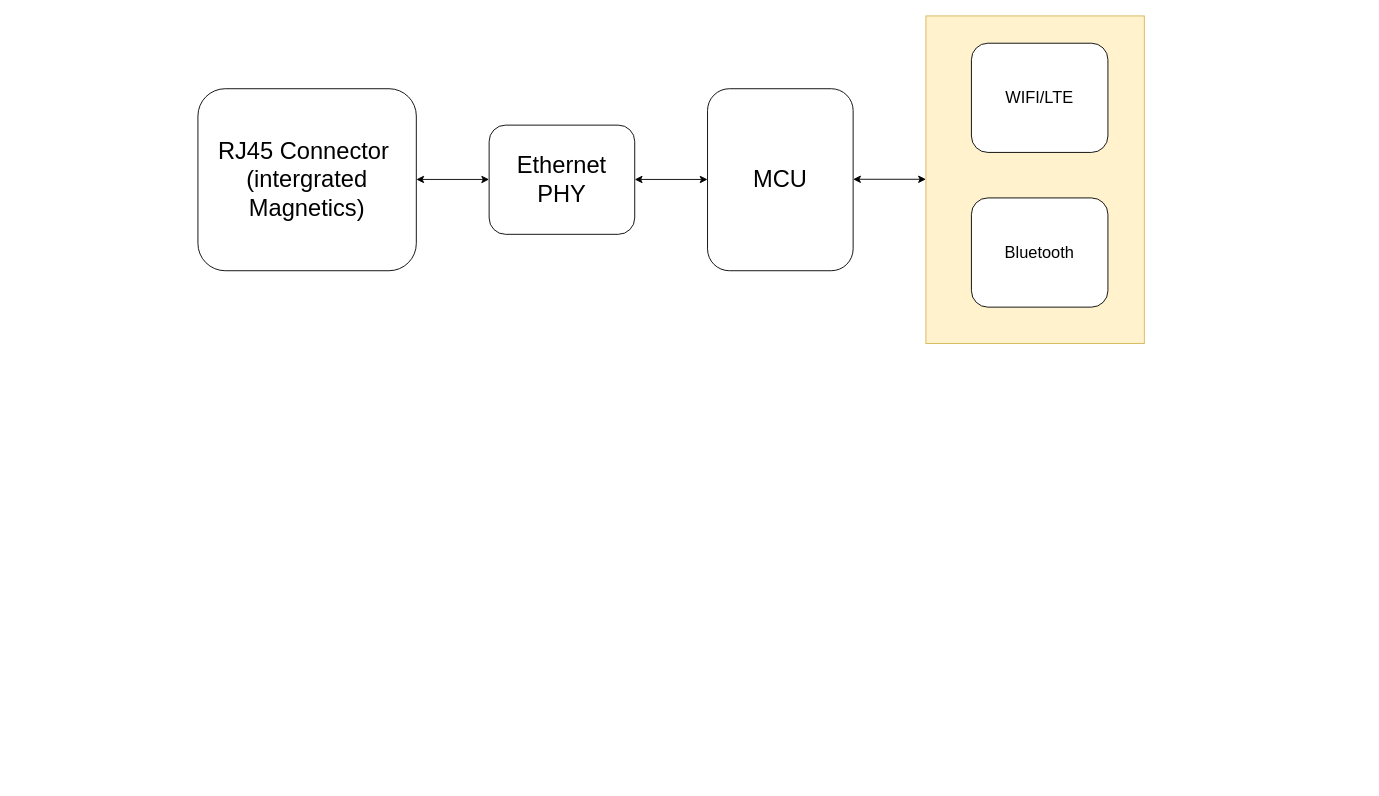
The draw.io diagram Biểu đồ không có tiêu đề.drawio in Hiepnguyen04/Flowchart, before the edit. Source tidied: cells renumbered, new cells numbered last; positions are measured from the earlier drawing's top-left corner, leaving out a move shared by most shapes. Both pictures are drawn from the tidied source at 91%, with x=0, y=0 at pixel (197, 15). Pictures stored in the file or linked from it are replaced by grey dashed boxes.
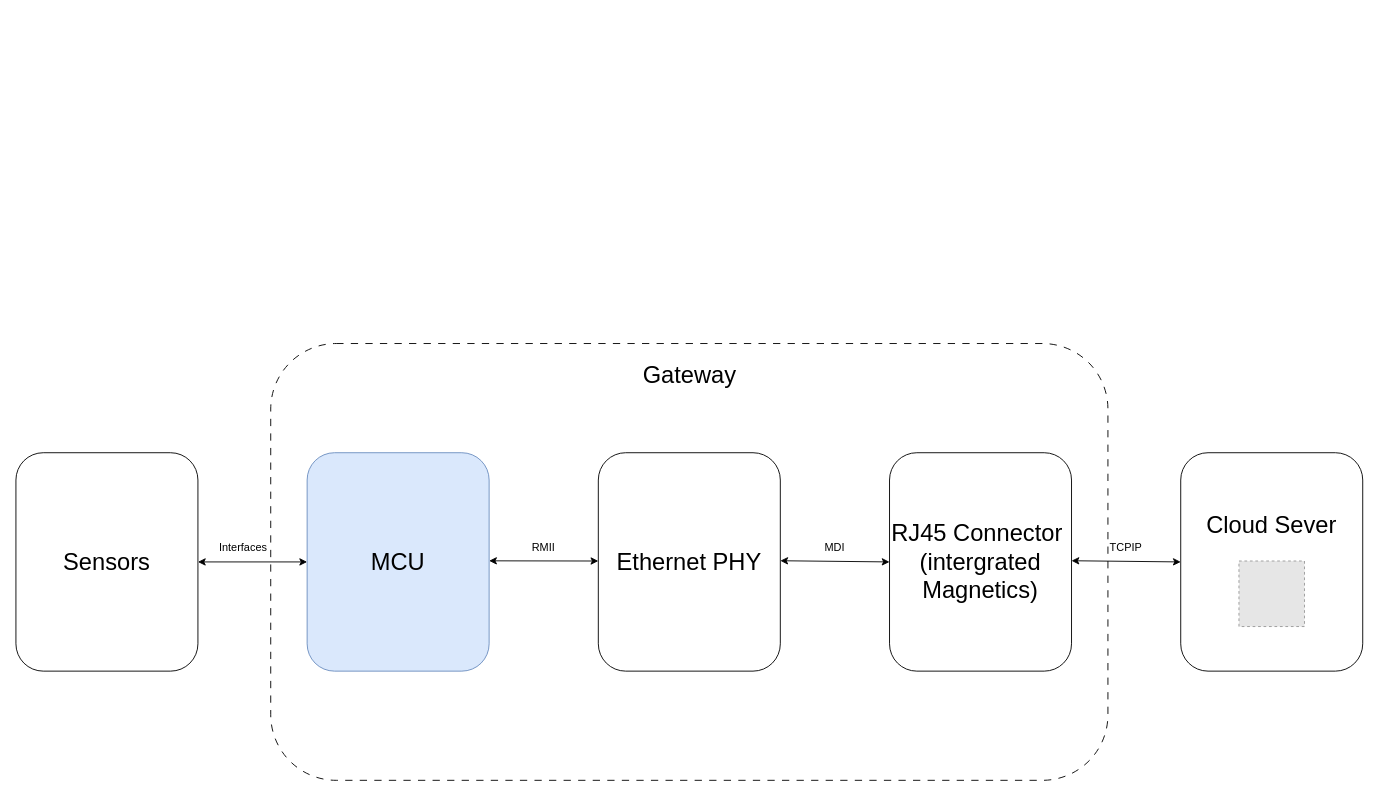
Above is the later version.

Commit message:
Cập nhật Biểu đồ không có tiêu đề.drawio

Change to the diagram source:
```diff
@@
+    <mxCell id="11" style="rounded=1;whiteSpace=wrap;html=1;fillColor=none;dashed=1;dashPattern=8 8;" parent="1" vertex="1">
+      <mxGeometry x="80" y="360" width="920" height="480" as="geometry" />
+    </mxCell>
     <mxCell id="2" value="&lt;font style=&quot;font-size: 26px;&quot;&gt;RJ45 Connector&amp;nbsp;&lt;/font&gt;&lt;div&gt;&lt;font style=&quot;font-size: 26px;&quot;&gt;(intergrated&lt;/font&gt;&lt;div&gt;&lt;font style=&quot;font-size: 26px;&quot;&gt;Magnetics)&lt;/font&gt;&lt;/div&gt;&lt;/div&gt;" style="rounded=1;whiteSpace=wrap;html=1;" parent="1" vertex="1">
-      <mxGeometry y="80" width="240" height="200" as="geometry" />
+      <mxGeometry x="760" y="480" width="200" height="240" as="geometry" />
     </mxCell>
     <mxCell id="3" value="&lt;font style=&quot;font-size: 26px;&quot;&gt;Ethernet PHY&lt;/font&gt;" style="rounded=1;whiteSpace=wrap;html=1;" parent="1" vertex="1">
-      <mxGeometry x="320" y="120" width="160" height="120" as="geometry" />
+      <mxGeometry x="440" y="480" width="200" height="240" as="geometry" />
     </mxCell>
-    <mxCell id="4" value="&lt;span style=&quot;font-size: 26px;&quot;&gt;MCU&lt;/span&gt;" style="rounded=1;whiteSpace=wrap;html=1;" parent="1" vertex="1">
-      <mxGeometry x="560" y="80" width="160" height="200" as="geometry" />
+    <mxCell id="4" value="&lt;span style=&quot;font-size: 26px;&quot;&gt;MCU&lt;/span&gt;" style="rounded=1;whiteSpace=wrap;html=1;fillColor=#dae8fc;strokeColor=#6c8ebf;" parent="1" vertex="1">
+      <mxGeometry x="120" y="480" width="200" height="240" as="geometry" />
     </mxCell>
-    <mxCell id="5" style="rounded=0;whiteSpace=wrap;html=1;fillColor=#fff2cc;strokeColor=#d6b656;" parent="1" vertex="1">
-      <mxGeometry x="800" width="240" height="360" as="geometry" />
-    </mxCell>
     <mxCell id="6" style="endArrow=classic;startArrow=classic;html=1;rounded=0;" parent="1" edge="1">
       <mxGeometry relative="1" as="geometry">
-        <mxPoint x="240" y="179.7" as="sourcePoint" />
-        <mxPoint x="320" y="179.7" as="targetPoint" />
+        <mxPoint x="640" y="598.7" as="sourcePoint" />
+        <mxPoint x="760" y="600" as="targetPoint" />
       </mxGeometry>
     </mxCell>
     <mxCell id="7" style="endArrow=classic;startArrow=classic;html=1;rounded=0;horizontal=0;" parent="1" edge="1">
       <mxGeometry relative="1" as="geometry">
-        <mxPoint x="480" y="179.7" as="sourcePoint" />
-        <mxPoint x="560" y="179.7" as="targetPoint" />
+        <mxPoint x="320" y="598.8" as="sourcePoint" />
+        <mxPoint x="440" y="599" as="targetPoint" />
       </mxGeometry>
     </mxCell>
-    <mxCell id="8" value="&lt;font style=&quot;font-size: 18px;&quot;&gt;Bluetooth&lt;/font&gt;" style="rounded=1;whiteSpace=wrap;html=1;" parent="1" vertex="1">
-      <mxGeometry x="850" y="200" width="150" height="120" as="geometry" />
-    </mxCell>
-    <mxCell id="9" style="endArrow=classic;startArrow=classic;html=1;rounded=0;" parent="1" edge="1">
-      <mxGeometry relative="1" as="geometry">
-        <mxPoint x="720" y="179.5" as="sourcePoint" />
-        <mxPoint x="800" y="179.5" as="targetPoint" />
-      </mxGeometry>
-    </mxCell>
-    <mxCell id="10" value="&lt;font style=&quot;font-size: 18px;&quot;&gt;WIFI/LTE&lt;/font&gt;" style="rounded=1;whiteSpace=wrap;html=1;" parent="1" vertex="1">
-      <mxGeometry x="850" y="30" width="150" height="120" as="geometry" />
-    </mxCell>
+    <mxCell id="12" value="MDI" style="text;html=1;whiteSpace=wrap;strokeColor=none;fillColor=none;align=center;verticalAlign=middle;rounded=0;" parent="1" vertex="1">
+      <mxGeometry x="670" y="570" width="60" height="30" as="geometry" />
+    </mxCell>
+    <mxCell id="13" value="RMII" style="text;html=1;whiteSpace=wrap;strokeColor=none;fillColor=none;align=center;verticalAlign=middle;rounded=0;" parent="1" vertex="1">
+      <mxGeometry x="350" y="569" width="60" height="30" as="geometry" />
+    </mxCell>
+    <mxCell id="14" style="rounded=1;whiteSpace=wrap;html=1;" parent="1" vertex="1">
+      <mxGeometry x="1080" y="480" width="200" height="240" as="geometry" />
+    </mxCell>
+    <mxCell id="15" style="endArrow=classic;startArrow=classic;html=1;rounded=0;" parent="1" edge="1">
+      <mxGeometry relative="1" as="geometry">
+        <mxPoint x="960" y="598.7" as="sourcePoint" />
+        <mxPoint x="1080" y="600" as="targetPoint" />
+      </mxGeometry>
+    </mxCell>
+    <mxCell id="16" value="TCPIP" style="text;html=1;whiteSpace=wrap;strokeColor=none;fillColor=none;align=center;verticalAlign=middle;rounded=0;" parent="1" vertex="1">
+      <mxGeometry x="990" y="570" width="60" height="30" as="geometry" />
+    </mxCell>
+    <mxCell id="17" value="&lt;span style=&quot;font-size: 26px; background-color: light-dark(#ffffff, var(--ge-dark-color, #121212));&quot;&gt;Gateway&lt;/span&gt;" style="text;html=1;whiteSpace=wrap;strokeColor=none;fillColor=none;align=center;verticalAlign=middle;rounded=0;" parent="1" vertex="1">
+      <mxGeometry x="477.5" y="380" width="125" height="30" as="geometry" />
+    </mxCell>
+    <mxCell id="18" value="&lt;span style=&quot;font-size: 26px;&quot;&gt;Sensors&lt;/span&gt;" style="rounded=1;whiteSpace=wrap;html=1;" parent="1" vertex="1">
+      <mxGeometry x="-200" y="480" width="200" height="240" as="geometry" />
+    </mxCell>
+    <mxCell id="19" style="endArrow=classic;startArrow=classic;html=1;rounded=0;" parent="1" edge="1">
+      <mxGeometry relative="1" as="geometry">
+        <mxPoint y="600" as="sourcePoint" />
+        <mxPoint x="120" y="600" as="targetPoint" />
+      </mxGeometry>
+    </mxCell>
+    <mxCell id="20" value="Interfaces" style="text;html=1;whiteSpace=wrap;strokeColor=none;fillColor=none;align=center;verticalAlign=middle;rounded=0;" parent="1" vertex="1">
+      <mxGeometry x="20" y="570" width="60" height="30" as="geometry" />
+    </mxCell>
+    <mxCell id="21" style="fillColor=#E6E6E6;strokeColor=#999999;dashed=1;verticalLabelPosition=bottom;labelBackgroundColor=default;verticalAlign=top;" parent="1" vertex="1">
+      <mxGeometry x="1144" y="599" width="72" height="72" as="geometry" />
+    </mxCell>
+    <mxCell id="22" value="&lt;span style=&quot;font-size: 26px;&quot;&gt;Cloud Sever&lt;/span&gt;" style="text;html=1;whiteSpace=wrap;strokeColor=none;fillColor=none;align=center;verticalAlign=middle;rounded=0;" parent="1" vertex="1">
+      <mxGeometry x="1105" y="540" width="150" height="40" as="geometry" />
+    </mxCell>
```
